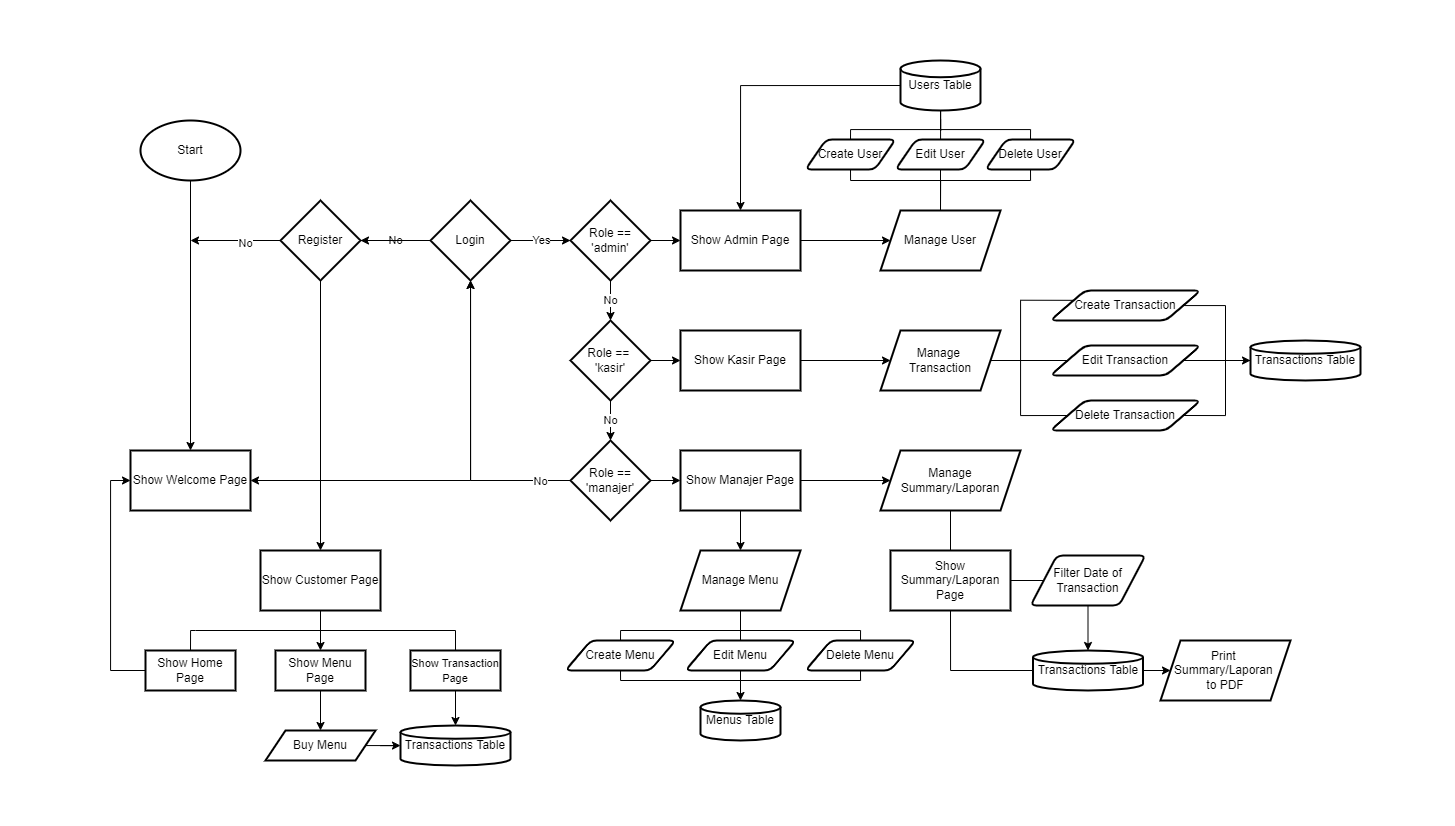
kmarsha/kasir-restoran keeps this draw.io diagram as public/img/flowchart.png. Above is the earlier version. Source tidied: cells renumbered, new cells last; positions are measured from the earlier drawing's top-left corner, leaving out a move shared by most shapes.
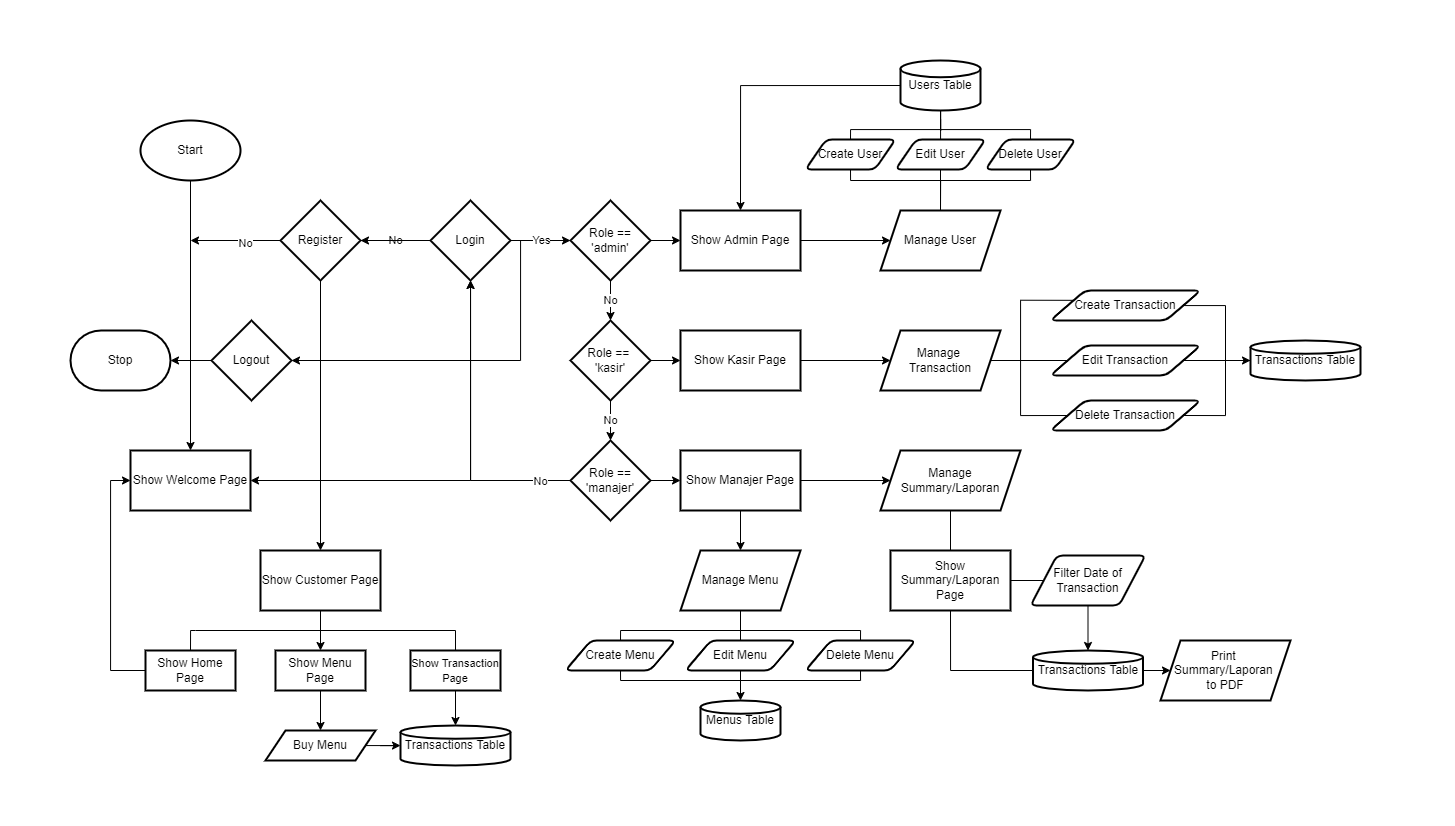
After the change.

Diff of the diagram source:
```diff
@@ -292,5 +292,22 @@
     <mxCell id="83" style="edgeStyle=orthogonalEdgeStyle;rounded=0;jettySize=auto;html=1;elbow=vertical;endArrow=none;" parent="1" edge="1" source="36" target="82">
       <mxGeometry relative="1" as="geometry" />
     </mxCell>
+    <mxCell id="84" style="edgeStyle=orthogonalEdgeStyle;rounded=0;jettySize=auto;html=1;fontSize=11;startArrow=none;startFill=0;endArrow=classic;endFill=1;elbow=vertical;" parent="1" edge="1" source="85" target="87">
+      <mxGeometry relative="1" as="geometry" />
+    </mxCell>
+    <mxCell id="85" value="Logout" style="strokeWidth=2;html=1;shape=mxgraph.flowchart.decision;whiteSpace=wrap;fontSize=12;" parent="1" vertex="1">
+      <mxGeometry x="101" y="260" width="80" height="80" as="geometry" />
+    </mxCell>
+    <mxCell id="86" style="endArrow=classic;html=1;rounded=0;fontSize=11;elbow=vertical;entryX=1;entryY=0.5;entryDx=0;entryDy=0;entryPerimeter=0;exitX=1;exitY=0.5;exitDx=0;exitDy=0;edgeStyle=orthogonalEdgeStyle;" parent="1" edge="1" source="7" target="85">
+      <mxGeometry relative="1" as="geometry">
+        <Array as="points">
+          <mxPoint x="410" y="180" />
+          <mxPoint x="410" y="300" />
+        </Array>
+      </mxGeometry>
+    </mxCell>
+    <mxCell id="87" value="Stop" style="strokeWidth=2;html=1;shape=mxgraph.flowchart.terminator;whiteSpace=wrap;fontSize=12;" parent="1" vertex="1">
+      <mxGeometry x="-40" y="270" width="100" height="60" as="geometry" />
+    </mxCell>
   </root>
 </mxGraphModel>
```
